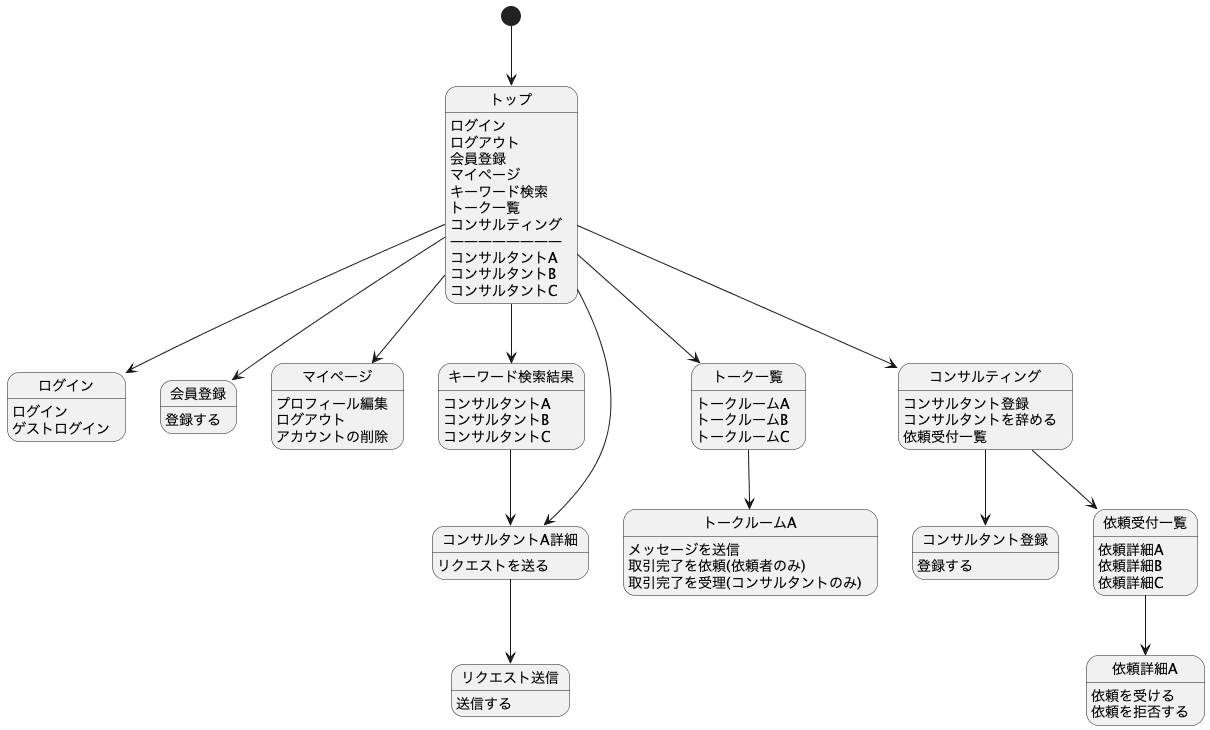
nobukofu69/origin-idea keeps this PlantUML diagram as documents/screen_flow_diagram.png. Above is the earlier version.
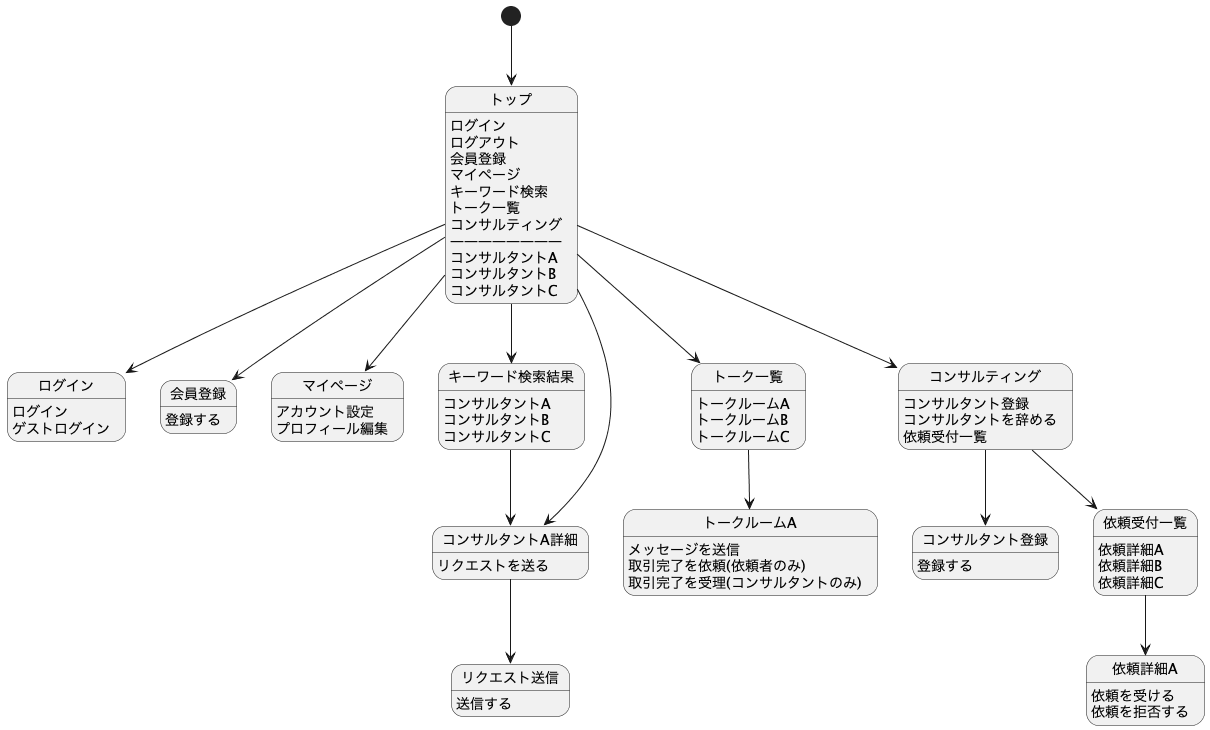
Later version of the same file.

Commit message:
screen_flow_diagramを修正

The edit, as a diff of the source:
```diff
@@ -25,9 +25,8 @@
 
 会員登録 : 登録する
 
+マイページ : アカウント設定
 マイページ : プロフィール編集
-マイページ : ログアウト
-マイページ : アカウントの削除
 
 キーワード検索結果: コンサルタントA
 キーワード検索結果: コンサルタントB
```
